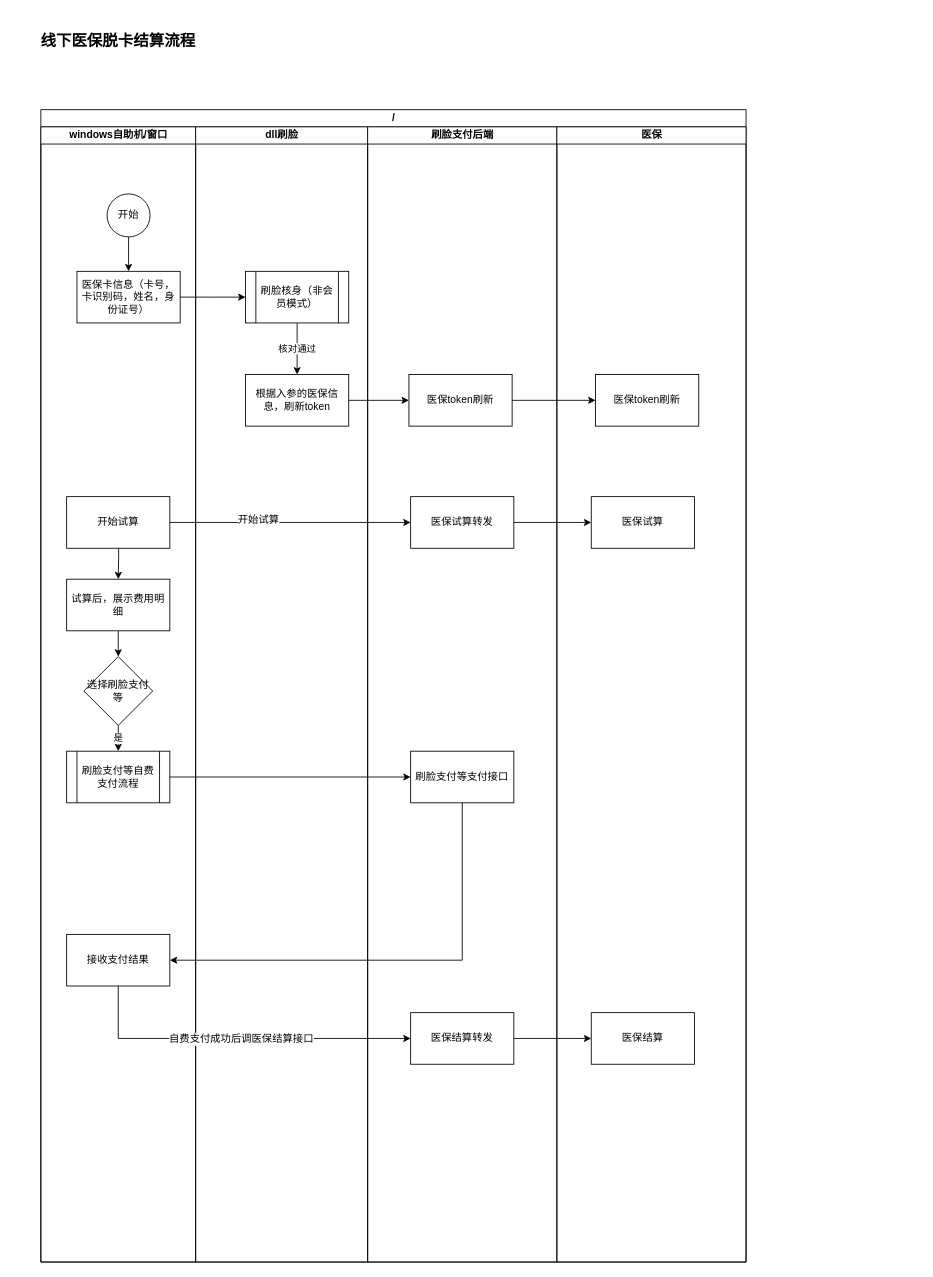
zhangwenhuad/visio keeps this draw.io diagram as 线下医保脱卡结算流程.drawio. Above is the earlier version. Source tidied: cells renumbered, new cells numbered last; positions are measured from the earlier drawing's top-left corner, leaving out a move shared by most shapes. Both pictures are drawn from the tidied source at 86%, with x=0, y=0 at pixel (15, 15).
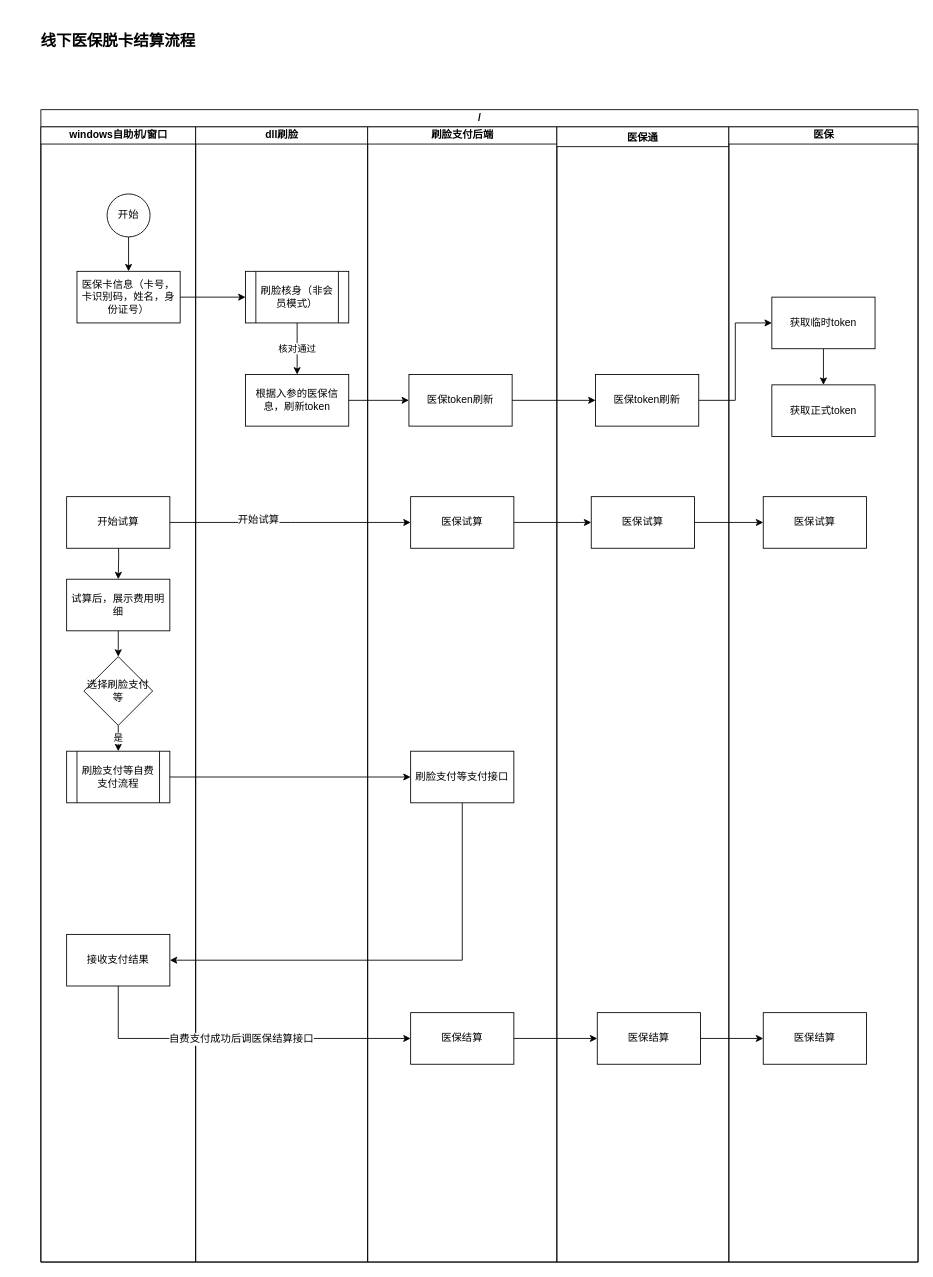
The same page after the edit.

Commit message:
Update 线下医保脱卡结算流程.drawio

The change refers to these unchanged cells:
```xml
<mxCell id="15" value="刷脸支付后端" style="swimlane;html=1;startSize=20;" parent="3" vertex="1">
  <mxGeometry x="380" y="20" width="220" height="1320" as="geometry" />
</mxCell>
<mxCell id="24" value="医保结算" style="rounded=0;whiteSpace=wrap;html=1;" parent="23" vertex="1">
  <mxGeometry x="40" y="1030" width="120" height="60" as="geometry" />
</mxCell>
<mxCell id="25" value="医保试算" style="rounded=0;whiteSpace=wrap;html=1;" parent="23" vertex="1">
  <mxGeometry x="40" y="430" width="120" height="60" as="geometry" />
</mxCell>
<mxCell id="39" value="医保token刷新" style="rounded=0;whiteSpace=wrap;html=1;" parent="1" vertex="1">
  <mxGeometry x="675" y="418" width="120" height="60" as="geometry" />
</mxCell>
```

Diff of the diagram source:
```diff
@@
     <mxCell id="3" value="/" style="swimlane;html=1;startSize=20;" parent="1" vertex="1">
-      <mxGeometry x="30" y="110" width="820" height="1340" as="geometry" />
+      <mxGeometry x="30" y="110" width="1020" height="1340" as="geometry" />
     </mxCell>
@@
-    <mxCell id="17" value="医保试算转发" style="rounded=0;whiteSpace=wrap;html=1;" parent="15" vertex="1">
+    <mxCell id="17" value="医保试算" style="rounded=0;whiteSpace=wrap;html=1;" parent="15" vertex="1">
       <mxGeometry x="50" y="430" width="120" height="60" as="geometry" />
     </mxCell>
-    <mxCell id="18" value="医保结算转发" style="rounded=0;whiteSpace=wrap;html=1;" parent="15" vertex="1">
+    <mxCell id="18" value="医保结算" style="rounded=0;whiteSpace=wrap;html=1;" parent="15" vertex="1">
       <mxGeometry x="50" y="1030" width="120" height="60" as="geometry" />
     </mxCell>
@@
+    <mxCell id="42" value="医保通" style="swimlane;" parent="3" vertex="1">
+      <mxGeometry x="600" y="20" width="200" height="1320" as="geometry" />
+    </mxCell>
+    <mxCell id="43" value="医保试算" style="rounded=0;whiteSpace=wrap;html=1;" parent="42" vertex="1">
+      <mxGeometry x="40" y="430" width="120" height="60" as="geometry" />
+    </mxCell>
+    <mxCell id="44" value="医保结算" style="rounded=0;whiteSpace=wrap;html=1;" parent="42" vertex="1">
+      <mxGeometry x="47" y="1030" width="120" height="60" as="geometry" />
+    </mxCell>
     <mxCell id="23" value="医保" style="swimlane;html=1;startSize=20;" parent="3" vertex="1">
-      <mxGeometry x="600" y="20" width="220" height="1320" as="geometry" />
+      <mxGeometry x="800" y="20" width="220" height="1320" as="geometry" />
     </mxCell>
@@
+    <mxCell id="45" style="edgeStyle=orthogonalEdgeStyle;rounded=0;jettySize=auto;html=1;exitX=0.5;exitY=1;exitDx=0;exitDy=0;" parent="23" edge="1" source="46" target="47">
+      <mxGeometry relative="1" as="geometry" />
+    </mxCell>
+    <mxCell id="46" value="获取临时token" style="rounded=0;whiteSpace=wrap;html=1;" parent="23" vertex="1">
+      <mxGeometry x="50" y="198" width="120" height="60" as="geometry" />
+    </mxCell>
+    <mxCell id="47" value="获取正式token" style="rounded=0;whiteSpace=wrap;html=1;" parent="23" vertex="1">
+      <mxGeometry x="50" y="300" width="120" height="60" as="geometry" />
+    </mxCell>
@@
-    <mxCell id="29" style="edgeStyle=orthogonalEdgeStyle;rounded=0;jettySize=auto;html=1;exitX=1;exitY=0.5;exitDx=0;exitDy=0;" parent="3" edge="1" source="17" target="25">
-      <mxGeometry relative="1" as="geometry" />
-    </mxCell>
-    <mxCell id="30" style="edgeStyle=orthogonalEdgeStyle;rounded=0;jettySize=auto;html=1;exitX=1;exitY=0.5;exitDx=0;exitDy=0;entryX=0;entryY=0.5;entryDx=0;entryDy=0;" parent="3" edge="1" source="18" target="24">
-      <mxGeometry relative="1" as="geometry" />
-    </mxCell>
+    <mxCell id="48" style="edgeStyle=orthogonalEdgeStyle;rounded=0;jettySize=auto;html=1;exitX=1;exitY=0.5;exitDx=0;exitDy=0;" parent="3" edge="1" source="17" target="43">
+      <mxGeometry relative="1" as="geometry" />
+    </mxCell>
+    <mxCell id="49" style="edgeStyle=orthogonalEdgeStyle;rounded=0;jettySize=auto;html=1;exitX=1;exitY=0.5;exitDx=0;exitDy=0;" parent="3" edge="1" source="43" target="25">
+      <mxGeometry relative="1" as="geometry" />
+    </mxCell>
+    <mxCell id="50" style="edgeStyle=orthogonalEdgeStyle;rounded=0;jettySize=auto;html=1;exitX=1;exitY=0.5;exitDx=0;exitDy=0;entryX=0;entryY=0.5;entryDx=0;entryDy=0;" parent="3" edge="1" source="18" target="44">
+      <mxGeometry relative="1" as="geometry" />
+    </mxCell>
+    <mxCell id="51" style="edgeStyle=orthogonalEdgeStyle;rounded=0;jettySize=auto;html=1;exitX=1;exitY=0.5;exitDx=0;exitDy=0;entryX=0;entryY=0.5;entryDx=0;entryDy=0;" parent="3" edge="1" source="44" target="24">
+      <mxGeometry relative="1" as="geometry" />
+    </mxCell>
@@
+    <mxCell id="52" style="edgeStyle=orthogonalEdgeStyle;rounded=0;jettySize=auto;html=1;exitX=1;exitY=0.5;exitDx=0;exitDy=0;entryX=0;entryY=0.5;entryDx=0;entryDy=0;" parent="1" edge="1" source="39" target="46">
+      <mxGeometry relative="1" as="geometry" />
+    </mxCell>
```
